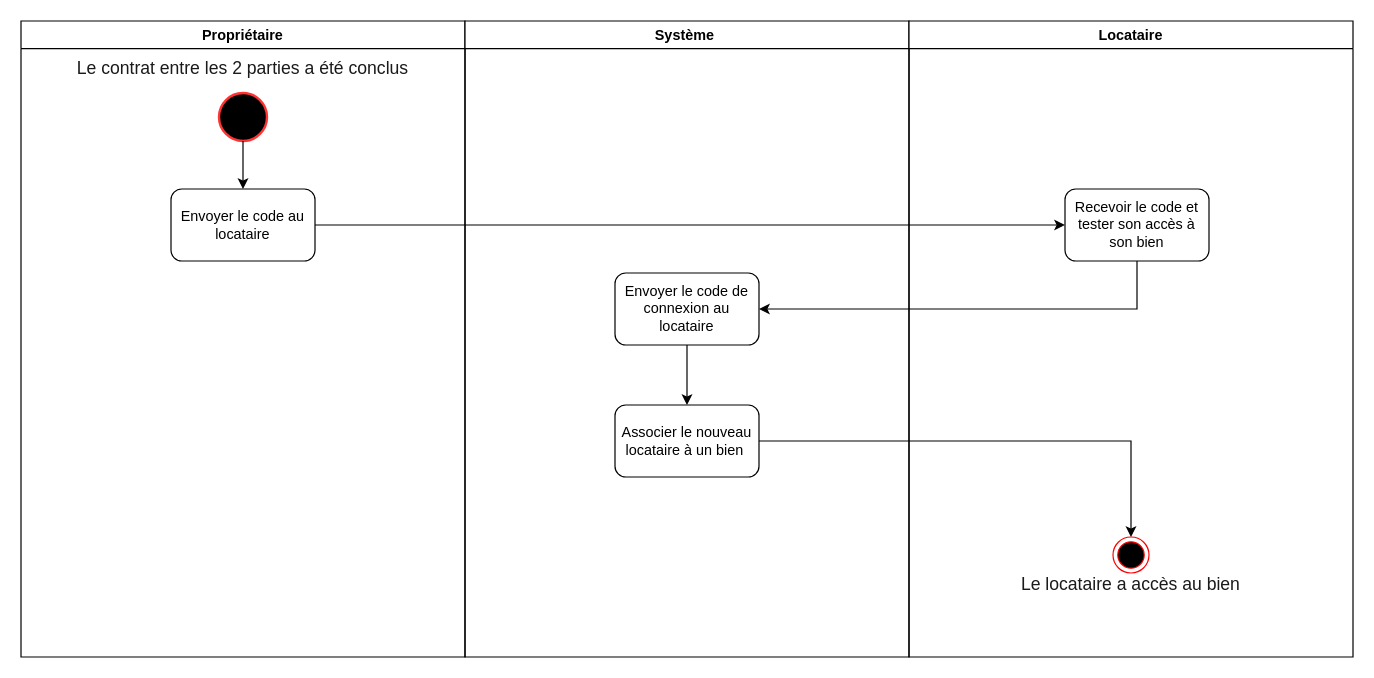
Earlier version of the draw.io diagram page "( l) Envoyer code" (10 of 21) of Ko-loc (1).drawio (Julienthum/Co-Lock). Source tidied: cells renumbered, new cells numbered last; positions are measured from the earlier drawing's top-left corner, leaving out a move shared by most shapes. Both pictures are drawn from the tidied source at 120%, with x=0, y=0 at pixel (20, 20).
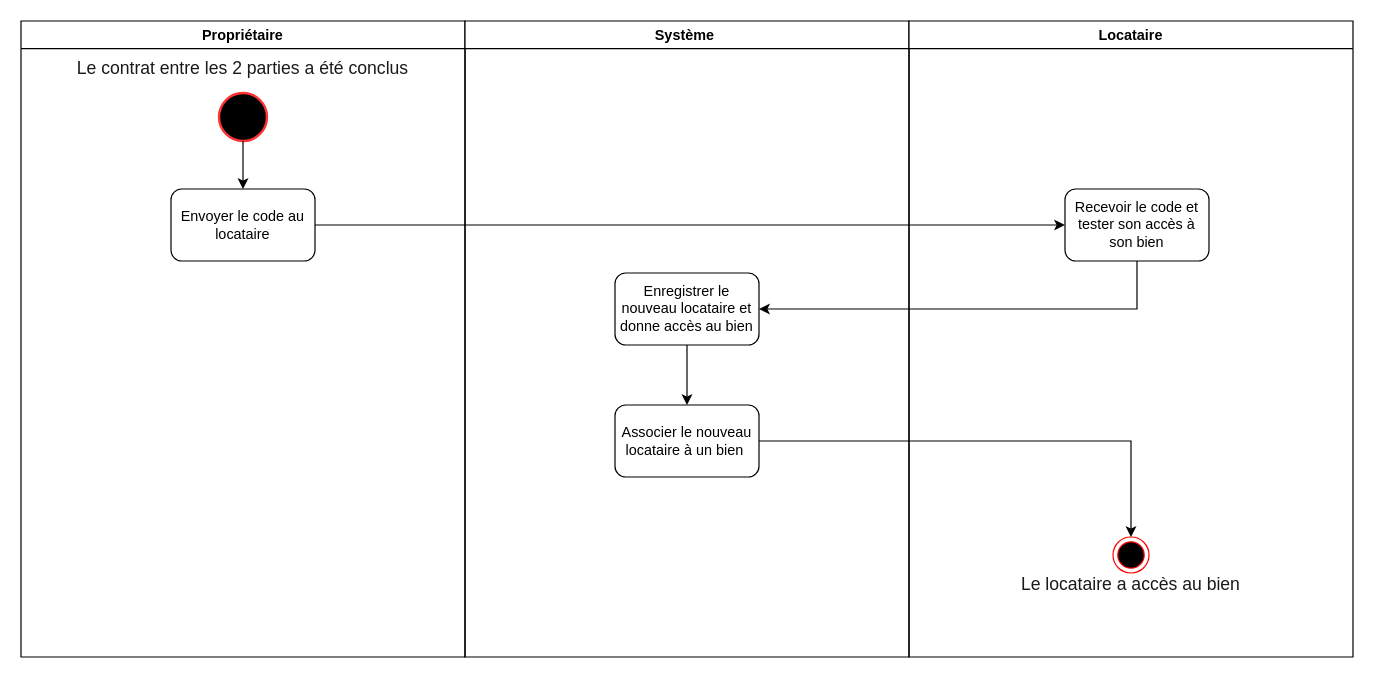
The same page after the edit.

Diff of the diagram source:
```diff
@@
 <mxGraphModel>
   <root>
     <mxCell id="0" />
     <mxCell id="1" parent="0" />
     <mxCell id="2" value="Propriétaire" style="swimlane;fontSize=12;strokeColor=#000000;fillColor=#FFFFFF;" parent="1" vertex="1">
       <mxGeometry width="370" height="530" as="geometry" />
     </mxCell>
     <mxCell id="3" style="strokeWidth=2;html=1;shape=mxgraph.flowchart.start_2;whiteSpace=wrap;fontSize=14;fillColor=#000000;strokeColor=#FF3333;" parent="2" vertex="1">
       <mxGeometry x="165" y="60" width="40" height="40" as="geometry" />
     </mxCell>
     <mxCell id="4" value="&lt;font color=&quot;#1a1a1a&quot; face=&quot;calibri, sans-serif&quot;&gt;&lt;span style=&quot;font-size: 14.6667px&quot;&gt;Le contrat entre les 2 parties a été conclus&lt;/span&gt;&lt;/font&gt;" style="text;html=1;strokeColor=none;fillColor=none;align=center;verticalAlign=middle;whiteSpace=wrap;rounded=0;fontSize=14;" parent="2" vertex="1">
       <mxGeometry x="45" y="30" width="280" height="20" as="geometry" />
     </mxCell>
     <mxCell id="5" value="Envoyer le code au locataire" style="rounded=1;whiteSpace=wrap;html=1;fontSize=12;strokeColor=#000000;fillColor=#FFFFFF;" parent="2" vertex="1">
       <mxGeometry x="125" y="140" width="120" height="60" as="geometry" />
     </mxCell>
     <mxCell id="6" style="edgeStyle=orthogonalEdgeStyle;rounded=0;jettySize=auto;html=1;entryX=0.5;entryY=0;entryDx=0;entryDy=0;fontSize=12;" parent="2" edge="1" source="3" target="5">
       <mxGeometry relative="1" as="geometry" />
     </mxCell>
     <mxCell id="7" value="Système " style="swimlane;fontSize=12;strokeColor=#000000;fillColor=#FFFFFF;" parent="1" vertex="1">
       <mxGeometry x="370" width="370" height="530" as="geometry" />
     </mxCell>
     <mxCell id="8" style="edgeStyle=orthogonalEdgeStyle;rounded=0;jettySize=auto;html=1;exitX=0.5;exitY=1;exitDx=0;exitDy=0;entryX=0.5;entryY=0;entryDx=0;entryDy=0;" parent="7" edge="1" source="9" target="10">
       <mxGeometry relative="1" as="geometry" />
     </mxCell>
-    <mxCell id="9" value="Envoyer le code de connexion au locataire" style="rounded=1;whiteSpace=wrap;html=1;fontSize=12;strokeColor=#000000;fillColor=#FFFFFF;" parent="7" vertex="1">
+    <mxCell id="9" value="Enregistrer le nouveau locataire et donne accès au bien" style="rounded=1;whiteSpace=wrap;html=1;fontSize=12;strokeColor=#000000;fillColor=#FFFFFF;" parent="7" vertex="1">
       <mxGeometry x="125" y="210" width="120" height="60" as="geometry" />
     </mxCell>
     <mxCell id="10" value="Associer le nouveau locataire à un bien&amp;nbsp;" style="rounded=1;whiteSpace=wrap;html=1;fontSize=12;strokeColor=#000000;fillColor=#FFFFFF;" parent="7" vertex="1">
       <mxGeometry x="125" y="320" width="120" height="60" as="geometry" />
     </mxCell>
     <mxCell id="11" value="Locataire" style="swimlane;fontSize=12;strokeColor=#000000;fillColor=#FFFFFF;startSize=23;" parent="1" vertex="1">
       <mxGeometry x="740" width="370" height="530" as="geometry" />
     </mxCell>
     <mxCell id="12" style="ellipse;html=1;shape=endState;fillColor=#000000;strokeColor=#ff0000;fontSize=12;" parent="11" vertex="1">
       <mxGeometry x="170" y="430" width="30" height="30" as="geometry" />
     </mxCell>
     <mxCell id="13" value="&lt;font color=&quot;#1a1a1a&quot; face=&quot;calibri, sans-serif&quot;&gt;&lt;span style=&quot;font-size: 14.6667px&quot;&gt;Le locataire a accès au bien&lt;/span&gt;&lt;/font&gt;" style="text;html=1;strokeColor=none;fillColor=none;align=center;verticalAlign=middle;whiteSpace=wrap;rounded=0;fontSize=14;" parent="11" vertex="1">
       <mxGeometry x="65" y="460" width="240" height="20" as="geometry" />
     </mxCell>
     <mxCell id="14" value="Recevoir le code et tester son accès à son bien" style="rounded=1;whiteSpace=wrap;html=1;fontSize=12;strokeColor=#000000;fillColor=#FFFFFF;" parent="11" vertex="1">
       <mxGeometry x="130" y="140" width="120" height="60" as="geometry" />
     </mxCell>
     <mxCell id="15" style="edgeStyle=orthogonalEdgeStyle;rounded=0;jettySize=auto;html=1;fontSize=12;" parent="1" edge="1" source="5" target="14">
       <mxGeometry relative="1" as="geometry" />
     </mxCell>
     <mxCell id="16" style="edgeStyle=orthogonalEdgeStyle;rounded=0;jettySize=auto;html=1;exitX=0.5;exitY=1;exitDx=0;exitDy=0;entryX=1;entryY=0.5;entryDx=0;entryDy=0;" parent="1" edge="1" source="14" target="9">
       <mxGeometry relative="1" as="geometry" />
     </mxCell>
     <mxCell id="17" style="edgeStyle=orthogonalEdgeStyle;rounded=0;jettySize=auto;html=1;exitX=1;exitY=0.5;exitDx=0;exitDy=0;entryX=0.5;entryY=0;entryDx=0;entryDy=0;" parent="1" edge="1" source="10" target="12">
       <mxGeometry relative="1" as="geometry" />
     </mxCell>
   </root>
 </mxGraphModel>
```
